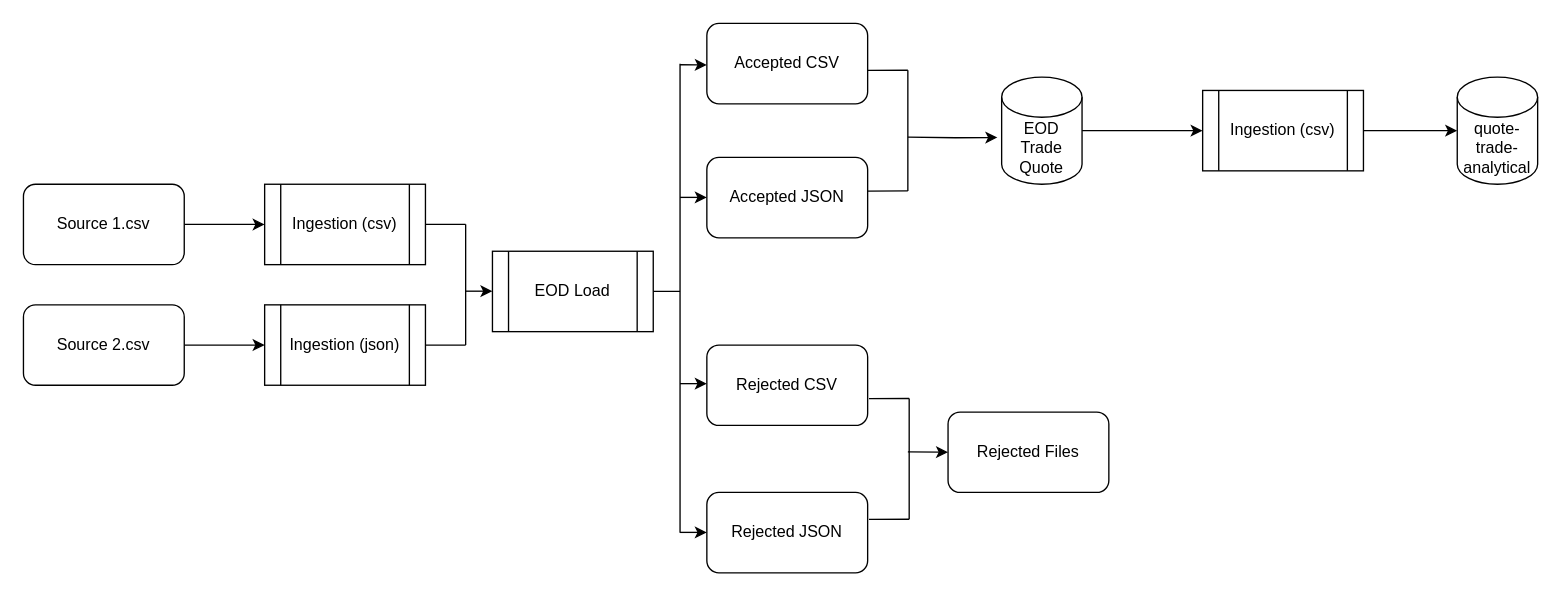
This is Step1-Table_Design/DataflowDiagram.drawio from aswathkumar07/GuidedCapstone, a draw.io file, before an edit. Source tidied: cells renumbered, new cells numbered last; positions are measured from the earlier drawing's top-left corner, leaving out a move shared by most shapes. Both pictures are drawn from the tidied source at 134%, with x=0, y=0 at pixel (23, 23).
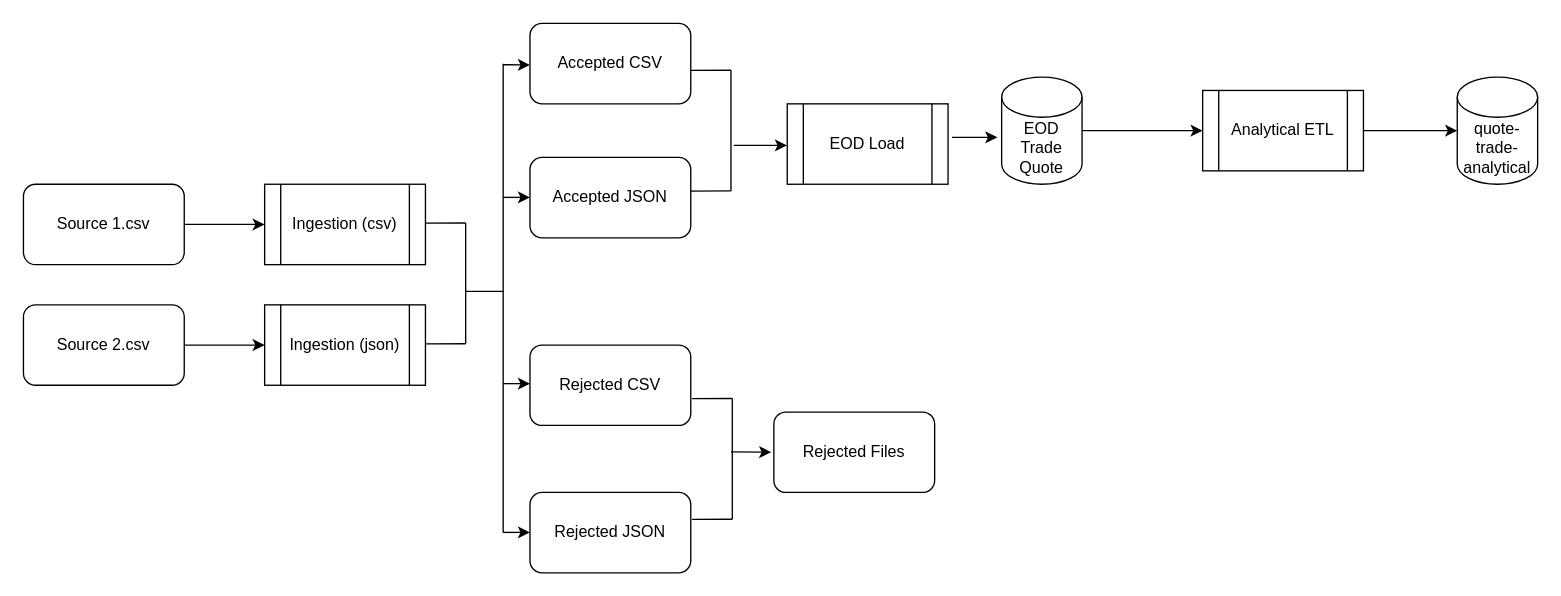
The same diagram, later.

Commit message:
Modified DataFlow Design

Unchanged cells that the change refers to:
```xml
<mxCell id="7" value="Ingestion (csv)" style="shape=process;whiteSpace=wrap;html=1;backgroundOutline=1;" parent="1" vertex="1">
  <mxGeometry x="180" y="120" width="120" height="60" as="geometry" />
</mxCell>
<mxCell id="18" value="EOD Trade Quote" style="shape=cylinder3;whiteSpace=wrap;html=1;boundedLbl=1;backgroundOutline=1;size=15;" parent="1" vertex="1">
  <mxGeometry x="730" y="40" width="60" height="80" as="geometry" />
</mxCell>
```

Change to the diagram source:
```diff
@@
-    <mxCell id="6" style="edgeStyle=none;rounded=0;jettySize=auto;html=1;exitX=1;exitY=0.5;exitDx=0;exitDy=0;endArrow=none;endFill=0;" parent="1" edge="1" source="7">
+    <mxCell id="6" style="edgeStyle=none;rounded=0;orthogonalLoop=1;jettySize=auto;html=1;exitX=1;exitY=0.5;exitDx=0;exitDy=0;endArrow=none;endFill=0;" parent="1" edge="1">
       <mxGeometry relative="1" as="geometry">
-        <mxPoint x="330" y="149.9" as="targetPoint" />
+        <mxPoint x="300" y="149" as="sourcePoint" />
+        <mxPoint x="330" y="148.9" as="targetPoint" />
       </mxGeometry>
     </mxCell>
@@
     <mxCell id="9" value="EOD Load" style="shape=process;whiteSpace=wrap;html=1;backgroundOutline=1;" parent="1" vertex="1">
-      <mxGeometry x="350" y="170" width="120" height="60" as="geometry" />
+      <mxGeometry x="570" y="60" width="120" height="60" as="geometry" />
     </mxCell>
     <mxCell id="10" value="Rejected Files" style="rounded=1;whiteSpace=wrap;html=1;" parent="1" vertex="1">
-      <mxGeometry x="690" y="290" width="120" height="60" as="geometry" />
+      <mxGeometry x="560" y="290" width="120" height="60" as="geometry" />
     </mxCell>
     <mxCell id="11" value="Rejected JSON" style="rounded=1;whiteSpace=wrap;html=1;" parent="1" vertex="1">
-      <mxGeometry x="510" y="350" width="120" height="60" as="geometry" />
+      <mxGeometry x="378" y="350" width="120" height="60" as="geometry" />
     </mxCell>
     <mxCell id="12" value="Rejected CSV" style="rounded=1;whiteSpace=wrap;html=1;" parent="1" vertex="1">
-      <mxGeometry x="510" y="240" width="120" height="60" as="geometry" />
+      <mxGeometry x="378" y="240" width="120" height="60" as="geometry" />
     </mxCell>
     <mxCell id="13" value="Accepted JSON" style="rounded=1;whiteSpace=wrap;html=1;" parent="1" vertex="1">
-      <mxGeometry x="510" y="100" width="120" height="60" as="geometry" />
+      <mxGeometry x="378" y="100" width="120" height="60" as="geometry" />
     </mxCell>
     <mxCell id="14" value="Accepted CSV" style="rounded=1;whiteSpace=wrap;html=1;" parent="1" vertex="1">
-      <mxGeometry x="510" width="120" height="60" as="geometry" />
+      <mxGeometry x="378" width="120" height="60" as="geometry" />
     </mxCell>
@@
-    <mxCell id="16" value="Ingestion (csv)" style="shape=process;whiteSpace=wrap;html=1;backgroundOutline=1;" parent="1" vertex="1">
+    <mxCell id="16" value="Analytical ETL" style="shape=process;whiteSpace=wrap;html=1;backgroundOutline=1;" parent="1" vertex="1">
       <mxGeometry x="880" y="50" width="120" height="60" as="geometry" />
     </mxCell>
@@
     <mxCell id="20" style="edgeStyle=none;rounded=0;orthogonalLoop=1;jettySize=auto;html=1;exitX=1;exitY=0.5;exitDx=0;exitDy=0;endArrow=none;endFill=0;" parent="1" edge="1">
       <mxGeometry relative="1" as="geometry">
-        <mxPoint x="300" y="240.1" as="sourcePoint" />
-        <mxPoint x="330" y="240" as="targetPoint" />
+        <mxPoint x="300" y="239.1" as="sourcePoint" />
+        <mxPoint x="330" y="239" as="targetPoint" />
       </mxGeometry>
     </mxCell>
     <mxCell id="21" style="edgeStyle=none;rounded=0;orthogonalLoop=1;jettySize=auto;html=1;exitX=1;exitY=0.5;exitDx=0;exitDy=0;endArrow=none;endFill=0;" parent="1" edge="1">
       <mxGeometry relative="1" as="geometry">
-        <mxPoint x="330" y="149.9" as="sourcePoint" />
-        <mxPoint x="330" y="240" as="targetPoint" />
+        <mxPoint x="330" y="148.9" as="sourcePoint" />
+        <mxPoint x="330" y="239" as="targetPoint" />
         <Array as="points">
-          <mxPoint x="330" y="200" />
+          <mxPoint x="330" y="199" />
         </Array>
       </mxGeometry>
     </mxCell>
-    <mxCell id="22" style="edgeStyle=orthogonalEdgeStyle;rounded=0;orthogonalLoop=1;jettySize=auto;html=1;exitX=1;exitY=0.5;exitDx=0;exitDy=0;" parent="1" edge="1">
-      <mxGeometry relative="1" as="geometry">
-        <mxPoint x="330" y="199.8" as="sourcePoint" />
-        <mxPoint x="350" y="200" as="targetPoint" />
-      </mxGeometry>
-    </mxCell>
-    <mxCell id="23" style="edgeStyle=none;rounded=0;orthogonalLoop=1;jettySize=auto;html=1;exitX=1;exitY=0.5;exitDx=0;exitDy=0;endArrow=none;endFill=0;" parent="1" edge="1">
+    <mxCell id="23" style="edgeStyle=none;rounded=0;orthogonalLoop=1;jettySize=auto;html=1;endArrow=none;endFill=0;" parent="1" edge="1">
       <mxGeometry relative="1" as="geometry">
-        <mxPoint x="470" y="199.9" as="sourcePoint" />
-        <mxPoint x="490" y="200" as="targetPoint" />
+        <mxPoint x="330" y="200" as="sourcePoint" />
+        <mxPoint x="358" y="200" as="targetPoint" />
       </mxGeometry>
     </mxCell>
     <mxCell id="24" style="edgeStyle=none;rounded=0;orthogonalLoop=1;jettySize=auto;html=1;endArrow=none;endFill=0;" parent="1" edge="1">
       <mxGeometry relative="1" as="geometry">
-        <mxPoint x="490" y="380" as="sourcePoint" />
-        <mxPoint x="490" y="30" as="targetPoint" />
+        <mxPoint x="358" y="380" as="sourcePoint" />
+        <mxPoint x="358" y="30" as="targetPoint" />
       </mxGeometry>
     </mxCell>
     <mxCell id="25" style="edgeStyle=orthogonalEdgeStyle;rounded=0;orthogonalLoop=1;jettySize=auto;html=1;exitX=1;exitY=0.5;exitDx=0;exitDy=0;" parent="1" edge="1">
       <mxGeometry relative="1" as="geometry">
-        <mxPoint x="490" y="129.8" as="sourcePoint" />
-        <mxPoint x="510" y="130" as="targetPoint" />
+        <mxPoint x="358" y="129.8" as="sourcePoint" />
+        <mxPoint x="378" y="130" as="targetPoint" />
       </mxGeometry>
     </mxCell>
     <mxCell id="26" style="edgeStyle=orthogonalEdgeStyle;rounded=0;orthogonalLoop=1;jettySize=auto;html=1;exitX=1;exitY=0.5;exitDx=0;exitDy=0;" parent="1" edge="1">
       <mxGeometry relative="1" as="geometry">
-        <mxPoint x="490" y="30.8" as="sourcePoint" />
-        <mxPoint x="510" y="31" as="targetPoint" />
+        <mxPoint x="358" y="30.8" as="sourcePoint" />
+        <mxPoint x="378" y="31" as="targetPoint" />
         <Array as="points">
-          <mxPoint x="490" y="31" />
+          <mxPoint x="358" y="31" />
         </Array>
       </mxGeometry>
     </mxCell>
     <mxCell id="27" style="edgeStyle=orthogonalEdgeStyle;rounded=0;orthogonalLoop=1;jettySize=auto;html=1;exitX=1;exitY=0.5;exitDx=0;exitDy=0;" parent="1" edge="1">
       <mxGeometry relative="1" as="geometry">
-        <mxPoint x="490" y="268.8" as="sourcePoint" />
-        <mxPoint x="510" y="269" as="targetPoint" />
+        <mxPoint x="358" y="268.8" as="sourcePoint" />
+        <mxPoint x="378" y="269" as="targetPoint" />
       </mxGeometry>
     </mxCell>
     <mxCell id="28" style="edgeStyle=orthogonalEdgeStyle;rounded=0;orthogonalLoop=1;jettySize=auto;html=1;exitX=1;exitY=0.5;exitDx=0;exitDy=0;" parent="1" edge="1">
       <mxGeometry relative="1" as="geometry">
-        <mxPoint x="490" y="379.8" as="sourcePoint" />
-        <mxPoint x="510" y="380" as="targetPoint" />
+        <mxPoint x="358" y="379.8" as="sourcePoint" />
+        <mxPoint x="378" y="380" as="targetPoint" />
       </mxGeometry>
     </mxCell>
     <mxCell id="29" style="edgeStyle=none;rounded=0;orthogonalLoop=1;jettySize=auto;html=1;exitX=1;exitY=0.5;exitDx=0;exitDy=0;endArrow=none;endFill=0;" parent="1" edge="1">
       <mxGeometry relative="1" as="geometry">
-        <mxPoint x="630" y="35" as="sourcePoint" />
-        <mxPoint x="660" y="34.9" as="targetPoint" />
+        <mxPoint x="498" y="35" as="sourcePoint" />
+        <mxPoint x="528" y="34.9" as="targetPoint" />
       </mxGeometry>
     </mxCell>
     <mxCell id="30" style="edgeStyle=none;rounded=0;orthogonalLoop=1;jettySize=auto;html=1;exitX=1;exitY=0.5;exitDx=0;exitDy=0;endArrow=none;endFill=0;" parent="1" edge="1">
       <mxGeometry relative="1" as="geometry">
-        <mxPoint x="630" y="125.1" as="sourcePoint" />
-        <mxPoint x="660" y="125" as="targetPoint" />
+        <mxPoint x="498" y="125.1" as="sourcePoint" />
+        <mxPoint x="528" y="125" as="targetPoint" />
       </mxGeometry>
     </mxCell>
     <mxCell id="31" style="edgeStyle=none;rounded=0;orthogonalLoop=1;jettySize=auto;html=1;exitX=1;exitY=0.5;exitDx=0;exitDy=0;endArrow=none;endFill=0;" parent="1" edge="1">
       <mxGeometry relative="1" as="geometry">
-        <mxPoint x="660" y="34.9" as="sourcePoint" />
-        <mxPoint x="660" y="125" as="targetPoint" />
+        <mxPoint x="528" y="34.9" as="sourcePoint" />
+        <mxPoint x="528" y="125" as="targetPoint" />
         <Array as="points">
-          <mxPoint x="660" y="85" />
+          <mxPoint x="528" y="85" />
         </Array>
       </mxGeometry>
     </mxCell>
-    <mxCell id="32" style="edgeStyle=orthogonalEdgeStyle;rounded=0;jettySize=auto;html=1;exitX=1;exitY=0.5;exitDx=0;exitDy=0;entryX=-0.053;entryY=0.564;entryDx=0;entryDy=0;entryPerimeter=0;" parent="1" edge="1" target="18">
+    <mxCell id="32" style="edgeStyle=orthogonalEdgeStyle;rounded=0;jettySize=auto;html=1;entryX=-0.053;entryY=0.564;entryDx=0;entryDy=0;entryPerimeter=0;" parent="1" edge="1" target="18">
       <mxGeometry relative="1" as="geometry">
-        <mxPoint x="660" y="84.8" as="sourcePoint" />
+        <mxPoint x="693" y="85" as="sourcePoint" />
       </mxGeometry>
     </mxCell>
     <mxCell id="33" style="edgeStyle=none;rounded=0;orthogonalLoop=1;jettySize=auto;html=1;exitX=1;exitY=0.5;exitDx=0;exitDy=0;endArrow=none;endFill=0;" parent="1" edge="1">
       <mxGeometry relative="1" as="geometry">
-        <mxPoint x="631" y="280" as="sourcePoint" />
-        <mxPoint x="661" y="279.9" as="targetPoint" />
+        <mxPoint x="499" y="280" as="sourcePoint" />
+        <mxPoint x="529" y="279.9" as="targetPoint" />
       </mxGeometry>
     </mxCell>
     <mxCell id="34" style="edgeStyle=none;rounded=0;orthogonalLoop=1;jettySize=auto;html=1;exitX=1;exitY=0.5;exitDx=0;exitDy=0;endArrow=none;endFill=0;" parent="1" edge="1">
       <mxGeometry relative="1" as="geometry">
-        <mxPoint x="631" y="370.1" as="sourcePoint" />
-        <mxPoint x="661" y="370" as="targetPoint" />
+        <mxPoint x="499" y="370.1" as="sourcePoint" />
+        <mxPoint x="529" y="370" as="targetPoint" />
       </mxGeometry>
     </mxCell>
     <mxCell id="35" style="edgeStyle=none;rounded=0;orthogonalLoop=1;jettySize=auto;html=1;exitX=1;exitY=0.5;exitDx=0;exitDy=0;endArrow=none;endFill=0;" parent="1" edge="1">
       <mxGeometry relative="1" as="geometry">
-        <mxPoint x="661" y="279.9" as="sourcePoint" />
-        <mxPoint x="661" y="370" as="targetPoint" />
+        <mxPoint x="529" y="279.9" as="sourcePoint" />
+        <mxPoint x="529" y="370" as="targetPoint" />
       </mxGeometry>
     </mxCell>
     <mxCell id="36" style="edgeStyle=none;rounded=0;orthogonalLoop=1;jettySize=auto;html=1;exitX=1;exitY=0.5;exitDx=0;exitDy=0;endArrow=classic;endFill=1;" parent="1" edge="1">
       <mxGeometry relative="1" as="geometry">
-        <mxPoint x="660" y="319.7" as="sourcePoint" />
-        <mxPoint x="690" y="320" as="targetPoint" />
+        <mxPoint x="528" y="319.7" as="sourcePoint" />
+        <mxPoint x="558" y="320" as="targetPoint" />
       </mxGeometry>
     </mxCell>
+    <mxCell id="37" style="edgeStyle=orthogonalEdgeStyle;rounded=0;orthogonalLoop=1;jettySize=auto;html=1;entryX=-0.053;entryY=0.564;entryDx=0;entryDy=0;entryPerimeter=0;" parent="1" edge="1">
+      <mxGeometry relative="1" as="geometry">
+        <mxPoint x="530" y="91" as="sourcePoint" />
+        <mxPoint x="569.8" y="91.1" as="targetPoint" />
+      </mxGeometry>
+    </mxCell>
```
